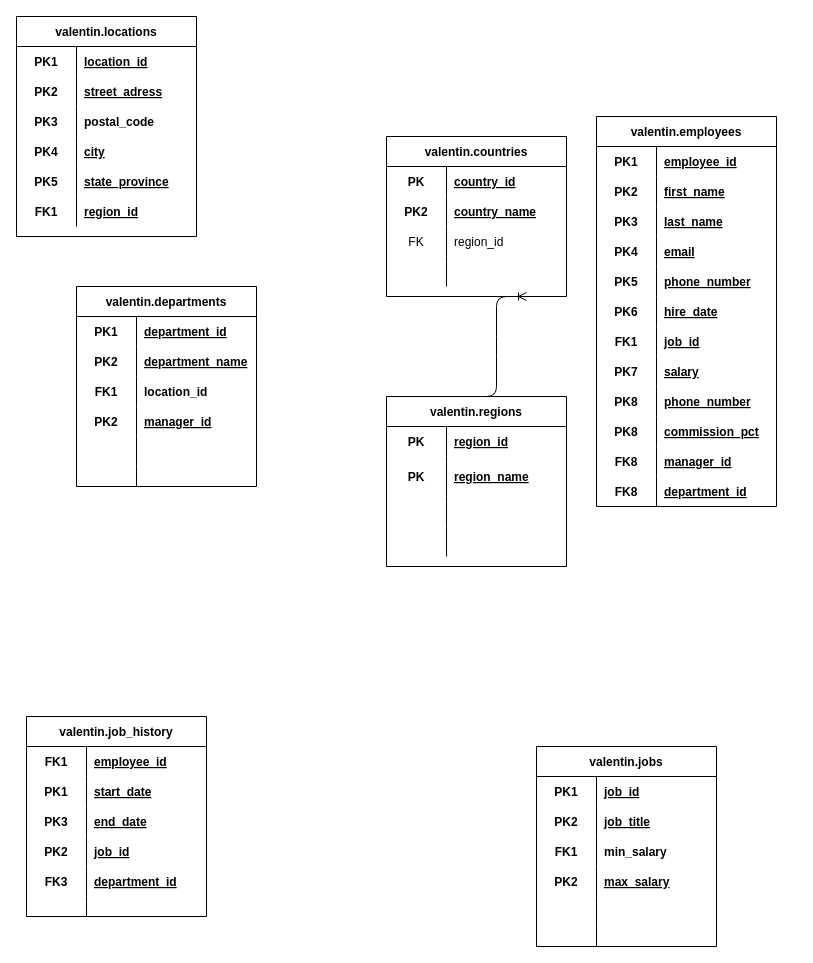
Before: Untitled Diagram.drawio in ValentinG1/Lab7-420-121-VA-Valentin, a draw.io diagram. Source tidied: cells renumbered, new cells numbered last; positions are measured from the earlier drawing's top-left corner, leaving out a move shared by most shapes. Both pictures are drawn from the tidied source at 100%, with x=0, y=0 at pixel (16, 16).
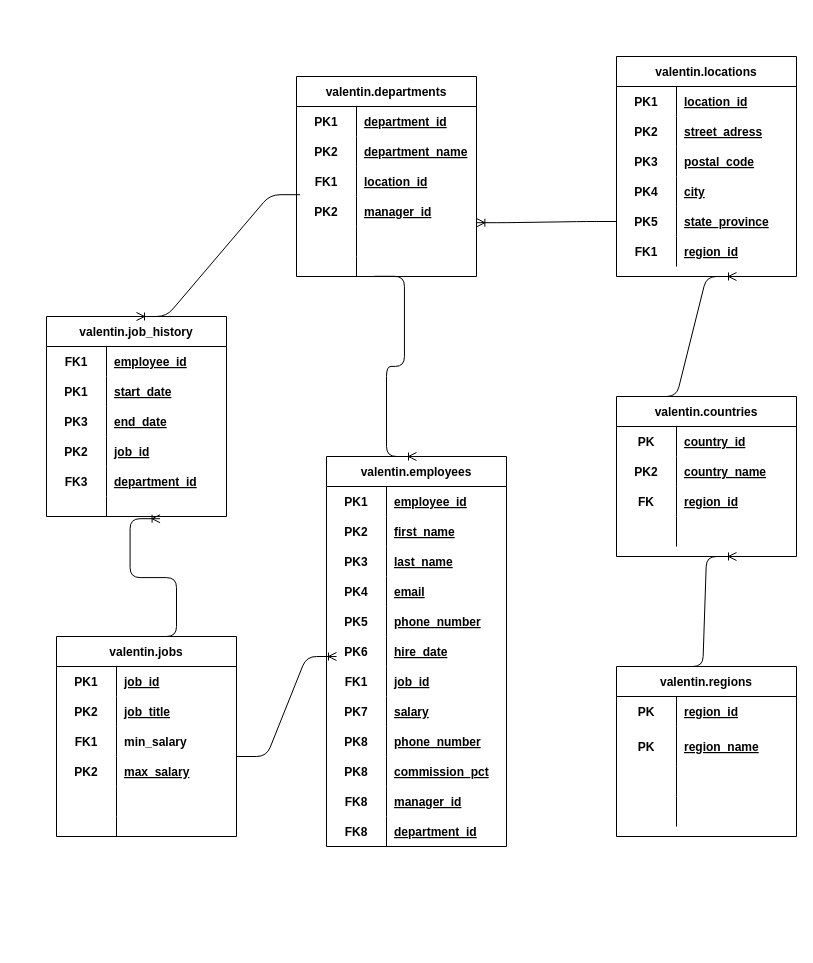
The same diagram, later.

Commit message:
Addes the relationship

The change refers to these unchanged cells:
```xml
<mxCell id="22" style="shape=partialRectangle;fillColor=none;top=0;left=0;bottom=0;right=0;" parent="15" vertex="1">
  <mxGeometry y="90" width="180" height="30" as="geometry" />
</mxCell>
<mxCell id="36" style="shape=partialRectangle;fillColor=none;top=0;left=0;bottom=0;right=0;" parent="29" vertex="1">
  <mxGeometry y="90" width="180" height="30" as="geometry" />
</mxCell>
<mxCell id="42" style="shape=partialRectangle;fillColor=none;top=0;left=0;bottom=0;right=0;points=[[0,0.5],[1,0.5]];portConstraint=eastwest;strokeColor=none;" parent="29" vertex="1">
  <mxGeometry y="150" width="180" height="30" as="geometry" />
</mxCell>
<mxCell id="55" style="shape=partialRectangle;fillColor=none;top=0;left=0;bottom=0;right=0;" parent="48" vertex="1">
  <mxGeometry y="90" width="180" height="30" as="geometry" />
</mxCell>
<mxCell id="58" style="shape=partialRectangle;fillColor=none;top=0;left=0;bottom=1;right=0;points=[[0,0.5],[1,0.5]];portConstraint=eastwest;strokeColor=none;" parent="48" vertex="1">
  <mxGeometry y="120" width="180" height="30" as="geometry" />
</mxCell>
<mxCell id="61" style="shape=partialRectangle;fillColor=none;top=0;left=0;bottom=0;right=0;points=[[0,0.5],[1,0.5]];portConstraint=eastwest;strokeColor=none;" parent="48" vertex="1">
  <mxGeometry y="150" width="180" height="30" as="geometry" />
</mxCell>
<mxCell id="64" style="shape=partialRectangle;fillColor=none;top=0;left=0;bottom=1;right=0;points=[[0,0.5],[1,0.5]];portConstraint=eastwest;strokeColor=none;" parent="48" vertex="1">
  <mxGeometry y="180" width="180" height="20" as="geometry" />
</mxCell>
<mxCell id="120" style="shape=partialRectangle;fillColor=none;top=0;left=0;bottom=1;right=0;points=[[0,0.5],[1,0.5]];portConstraint=eastwest;strokeColor=none;" parent="104" vertex="1">
  <mxGeometry y="180" width="180" height="20" as="geometry" />
</mxCell>
```

What changed in the source:
```diff
@@
     <mxCell id="2" value="valentin.regions" style="shape=table;startSize=30;childLayout=tableLayout;rowLines=0;fontStyle=1;align=center;" parent="1" vertex="1">
-      <mxGeometry x="370" y="380" width="180" height="170" as="geometry" />
+      <mxGeometry x="600" y="650" width="180" height="170" as="geometry" />
     </mxCell>
@@
     <mxCell id="15" value="valentin.countries" style="shape=table;startSize=30;childLayout=tableLayout;rowLines=0;fontStyle=1;align=center;" parent="1" vertex="1">
-      <mxGeometry x="370" y="120" width="180" height="160" as="geometry" />
+      <mxGeometry x="600" y="380" width="180" height="160" as="geometry" />
     </mxCell>
@@
-    <mxCell id="23" value="FK" style="shape=partialRectangle;fillColor=none;top=0;left=0;bottom=0;right=0;overflow=hidden;" parent="22" vertex="1">
+    <mxCell id="23" value="FK" style="shape=partialRectangle;fillColor=none;top=0;left=0;bottom=0;right=0;overflow=hidden;fontStyle=1;" parent="22" vertex="1">
       <mxGeometry width="60" height="30" as="geometry" />
     </mxCell>
-    <mxCell id="24" value="region_id" style="shape=partialRectangle;fillColor=none;top=0;left=0;bottom=0;right=0;align=left;spacingLeft=6;overflow=hidden;" parent="22" vertex="1">
+    <mxCell id="24" value="region_id" style="shape=partialRectangle;fillColor=none;top=0;left=0;bottom=0;right=0;align=left;spacingLeft=6;overflow=hidden;fontStyle=5;" parent="22" vertex="1">
       <mxGeometry x="60" width="120" height="30" as="geometry" />
     </mxCell>
@@
-    <mxCell id="28" style="edgeStyle=entityRelationEdgeStyle;fontSize=12;html=1;endArrow=ERoneToMany;" parent="1" edge="1">
+    <mxCell id="28" style="edgeStyle=entityRelationEdgeStyle;fontSize=12;html=1;endArrow=ERoneToMany;exitX=0.313;exitY=0;exitDx=0;exitDy=0;exitPerimeter=0;" parent="1" edge="1" source="2">
       <mxGeometry relative="1" as="geometry">
-        <mxPoint x="450" y="380" as="sourcePoint" />
-        <mxPoint x="510" y="280" as="targetPoint" />
+        <mxPoint x="720" y="540" as="targetPoint" />
       </mxGeometry>
     </mxCell>
     <mxCell id="29" value="valentin.locations" style="shape=table;startSize=30;childLayout=tableLayout;rowLines=0;fontStyle=1;align=center;" parent="1" vertex="1">
-      <mxGeometry width="180" height="220" as="geometry" />
+      <mxGeometry x="600" y="40" width="180" height="220" as="geometry" />
     </mxCell>
@@
-    <mxCell id="38" value="postal_code" style="shape=partialRectangle;fillColor=none;top=0;left=0;bottom=0;right=0;align=left;spacingLeft=6;overflow=hidden;fontStyle=1;" parent="36" vertex="1">
+    <mxCell id="38" value="postal_code" style="shape=partialRectangle;fillColor=none;top=0;left=0;bottom=0;right=0;align=left;spacingLeft=6;overflow=hidden;fontStyle=5;" parent="36" vertex="1">
       <mxGeometry x="60" width="120" height="30" as="geometry" />
     </mxCell>
@@
     <mxCell id="48" value="valentin.departments" style="shape=table;startSize=30;childLayout=tableLayout;rowLines=0;fontStyle=1;align=center;" parent="1" vertex="1">
-      <mxGeometry x="60" y="270" width="180" height="200" as="geometry" />
+      <mxGeometry x="280" y="60" width="180" height="200" as="geometry" />
     </mxCell>
@@
-    <mxCell id="57" value="location_id" style="shape=partialRectangle;fillColor=none;top=0;left=0;bottom=0;right=0;align=left;spacingLeft=6;overflow=hidden;fontStyle=1;" parent="55" vertex="1">
+    <mxCell id="57" value="location_id" style="shape=partialRectangle;fillColor=none;top=0;left=0;bottom=0;right=0;align=left;spacingLeft=6;overflow=hidden;fontStyle=5;" parent="55" vertex="1">
       <mxGeometry x="60" width="120" height="30" as="geometry" />
     </mxCell>
@@
     <mxCell id="67" value="valentin.employees" style="shape=table;startSize=30;childLayout=tableLayout;rowLines=0;fontStyle=1;align=center;" parent="1" vertex="1">
-      <mxGeometry x="580" y="100" width="180" height="390" as="geometry" />
+      <mxGeometry x="310" y="440" width="180" height="390" as="geometry" />
     </mxCell>
@@
     <mxCell id="104" value="valentin.job_history" style="shape=table;startSize=30;childLayout=tableLayout;rowLines=0;fontStyle=1;align=center;" parent="1" vertex="1">
-      <mxGeometry x="10" y="700" width="180" height="200" as="geometry" />
+      <mxGeometry x="30" y="300" width="180" height="200" as="geometry" />
     </mxCell>
@@
     <mxCell id="123" value="valentin.jobs" style="shape=table;startSize=30;childLayout=tableLayout;rowLines=0;fontStyle=1;align=center;" parent="1" vertex="1">
-      <mxGeometry x="520" y="730" width="180" height="200" as="geometry" />
+      <mxGeometry x="40" y="620" width="180" height="200" as="geometry" />
     </mxCell>
@@
+    <mxCell id="142" style="edgeStyle=entityRelationEdgeStyle;fontSize=12;html=1;endArrow=ERoneToMany;" parent="1" edge="1">
+      <mxGeometry relative="1" as="geometry">
+        <mxPoint x="630" y="380" as="sourcePoint" />
+        <mxPoint x="720" y="260" as="targetPoint" />
+      </mxGeometry>
+    </mxCell>
+    <mxCell id="143" style="edgeStyle=entityRelationEdgeStyle;fontSize=12;html=1;endArrow=ERoneToMany;verticalAlign=top;entryX=1.002;entryY=-0.127;entryDx=0;entryDy=0;entryPerimeter=0;exitX=0;exitY=0.5;exitDx=0;exitDy=0;" parent="1" edge="1" source="42" target="61">
+      <mxGeometry relative="1" as="geometry" />
+    </mxCell>
+    <mxCell id="144" style="edgeStyle=entityRelationEdgeStyle;fontSize=12;html=1;endArrow=ERoneToMany;entryX=0.5;entryY=0;entryDx=0;entryDy=0;exitX=0.433;exitY=0.99;exitDx=0;exitDy=0;exitPerimeter=0;" parent="1" edge="1" source="64" target="67">
+      <mxGeometry relative="1" as="geometry" />
+    </mxCell>
+    <mxCell id="145" style="edgeStyle=entityRelationEdgeStyle;fontSize=12;html=1;endArrow=ERoneToMany;" parent="1" edge="1">
+      <mxGeometry relative="1" as="geometry">
+        <mxPoint x="220" y="740" as="sourcePoint" />
+        <mxPoint x="320" y="640" as="targetPoint" />
+      </mxGeometry>
+    </mxCell>
+    <mxCell id="146" style="edgeStyle=entityRelationEdgeStyle;fontSize=12;html=1;endArrow=ERoneToMany;exitX=0.5;exitY=0;exitDx=0;exitDy=0;entryX=0.631;entryY=1.11;entryDx=0;entryDy=0;entryPerimeter=0;" parent="1" edge="1" source="123" target="120">
+      <mxGeometry relative="1" as="geometry" />
+    </mxCell>
+    <mxCell id="147" style="edgeStyle=entityRelationEdgeStyle;fontSize=12;html=1;endArrow=ERoneToMany;entryX=0.5;entryY=0;entryDx=0;entryDy=0;exitX=0.02;exitY=-0.06;exitDx=0;exitDy=0;exitPerimeter=0;" parent="1" edge="1" source="58" target="104">
+      <mxGeometry relative="1" as="geometry" />
+    </mxCell>
```
